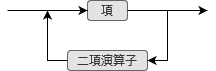
This is SyntaxDiagram/式.png from nkue-yst/Visually, a draw.io export, as it was before one commit. Source tidied: cells renumbered, new cells last; positions are measured from the earlier drawing's top-left corner, leaving out a move shared by most shapes.
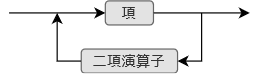
The same diagram one commit later.

The edit, as a diff of the source:
```diff
@@ -3,36 +3,36 @@
     <mxCell id="0" />
     <mxCell id="1" parent="0" />
     <mxCell id="2" value="項" style="rounded=1;whiteSpace=wrap;html=1;fillColor=#E3E3E3;strokeColor=#666666;fontColor=#333333;gradientColor=none;" parent="1" vertex="1">
-      <mxGeometry x="80" width="40" height="20" as="geometry" />
+      <mxGeometry x="120" y="180" width="40" height="20" as="geometry" />
     </mxCell>
-    <mxCell id="3" style="endArrow=classic;html=1;rounded=0;entryX=0;entryY=0.5;entryDx=0;entryDy=0;" parent="1" edge="1" target="2">
-      <mxGeometry relative="1" as="geometry">
-        <mxPoint y="10" as="sourcePoint" />
-      </mxGeometry>
-    </mxCell>
-    <mxCell id="4" style="edgeStyle=orthogonalEdgeStyle;rounded=0;jettySize=auto;html=1;exitX=1;exitY=0.5;exitDx=0;exitDy=0;" parent="1" edge="1" source="2">
-      <mxGeometry relative="1" as="geometry">
-        <mxPoint x="200" y="10" as="targetPoint" />
-      </mxGeometry>
-    </mxCell>
+    <mxCell id="8" style="endArrow=classic;html=1;rounded=0;entryX=0;entryY=0.5;entryDx=0;entryDy=0;" parent="1" edge="1" target="2">
+      <mxGeometry relative="1" as="geometry">
+        <mxPoint x="40" y="190" as="sourcePoint" />
+      </mxGeometry>
+    </mxCell>
+    <mxCell id="9" style="edgeStyle=orthogonalEdgeStyle;rounded=0;jettySize=auto;html=1;exitX=1;exitY=0.5;exitDx=0;exitDy=0;" parent="1" edge="1" source="2">
+      <mxGeometry relative="1" as="geometry">
+        <mxPoint x="240" y="190" as="targetPoint" />
+      </mxGeometry>
+    </mxCell>
     <mxCell id="5" value="二項演算子" style="rounded=1;whiteSpace=wrap;html=1;fillColor=#E3E3E3;strokeColor=#666666;fontColor=#333333;gradientColor=none;" parent="1" vertex="1">
-      <mxGeometry x="60" y="50" width="80" height="20" as="geometry" />
+      <mxGeometry x="100" y="220" width="80" height="20" as="geometry" />
     </mxCell>
-    <mxCell id="6" style="endArrow=classic;html=1;rounded=0;entryX=1;entryY=0.5;entryDx=0;entryDy=0;" parent="1" edge="1" target="5">
-      <mxGeometry relative="1" as="geometry">
-        <mxPoint x="160" y="10" as="sourcePoint" />
-        <Array as="points">
-          <mxPoint x="160" y="60" />
-        </Array>
-      </mxGeometry>
-    </mxCell>
-    <mxCell id="7" style="endArrow=classic;html=1;rounded=0;exitX=0;exitY=0.5;exitDx=0;exitDy=0;" parent="1" edge="1" source="5">
-      <mxGeometry relative="1" as="geometry">
-        <mxPoint x="40" y="10" as="targetPoint" />
-        <Array as="points">
-          <mxPoint x="40" y="60" />
-        </Array>
-      </mxGeometry>
-    </mxCell>
+    <mxCell id="10" style="endArrow=classic;html=1;rounded=0;entryX=1;entryY=0.5;entryDx=0;entryDy=0;" parent="1" edge="1" target="5">
+      <mxGeometry relative="1" as="geometry">
+        <mxPoint x="200" y="190" as="sourcePoint" />
+        <Array as="points">
+          <mxPoint x="200" y="230" />
+        </Array>
+      </mxGeometry>
+    </mxCell>
+    <mxCell id="11" style="endArrow=classic;html=1;rounded=0;exitX=0;exitY=0.5;exitDx=0;exitDy=0;" parent="1" edge="1" source="5">
+      <mxGeometry relative="1" as="geometry">
+        <mxPoint x="80" y="190" as="targetPoint" />
+        <Array as="points">
+          <mxPoint x="80" y="230" />
+        </Array>
+      </mxGeometry>
+    </mxCell>
   </root>
 </mxGraphModel>
```
